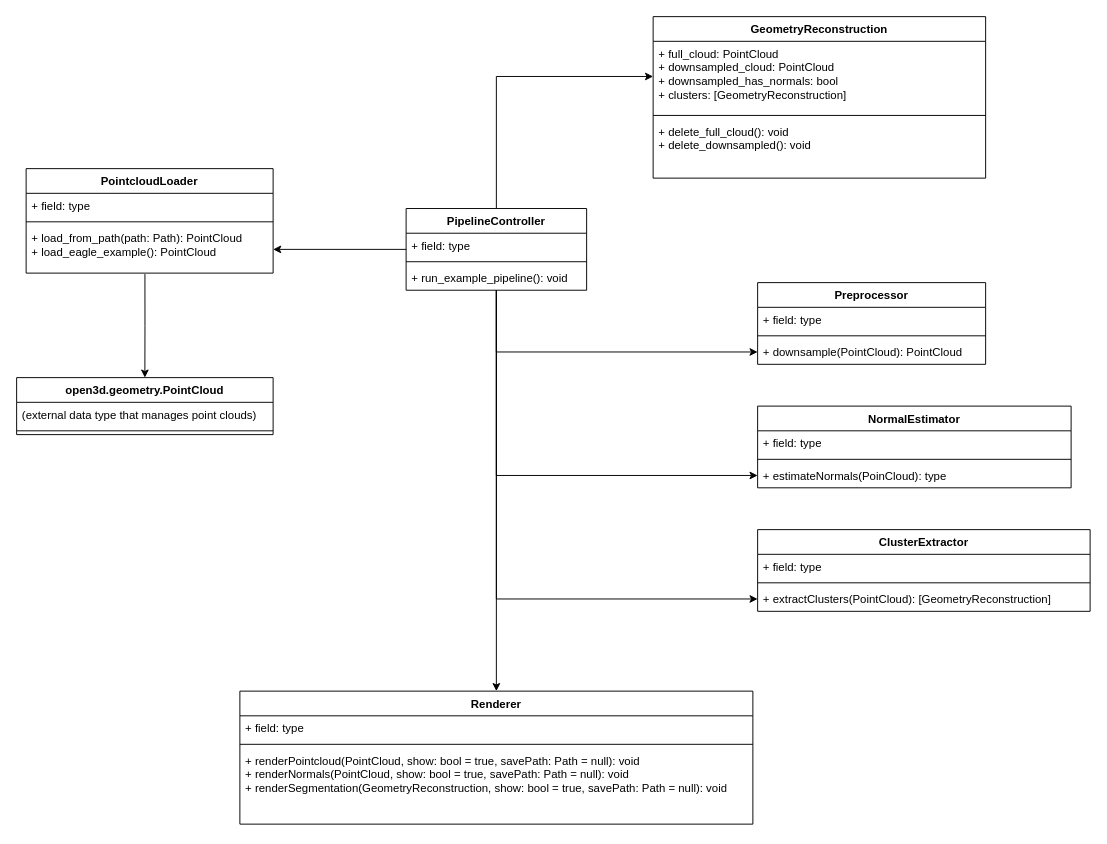
Earlier version of the draw.io diagram EagleProcessing.drawio (PatrickSowinski/Open3dRenderDemo). Source tidied: cells renumbered, new cells numbered last; positions are measured from the earlier drawing's top-left corner, leaving out a move shared by most shapes. Both pictures are drawn from the tidied source at 95%, with x=0, y=0 at pixel (16, 16).
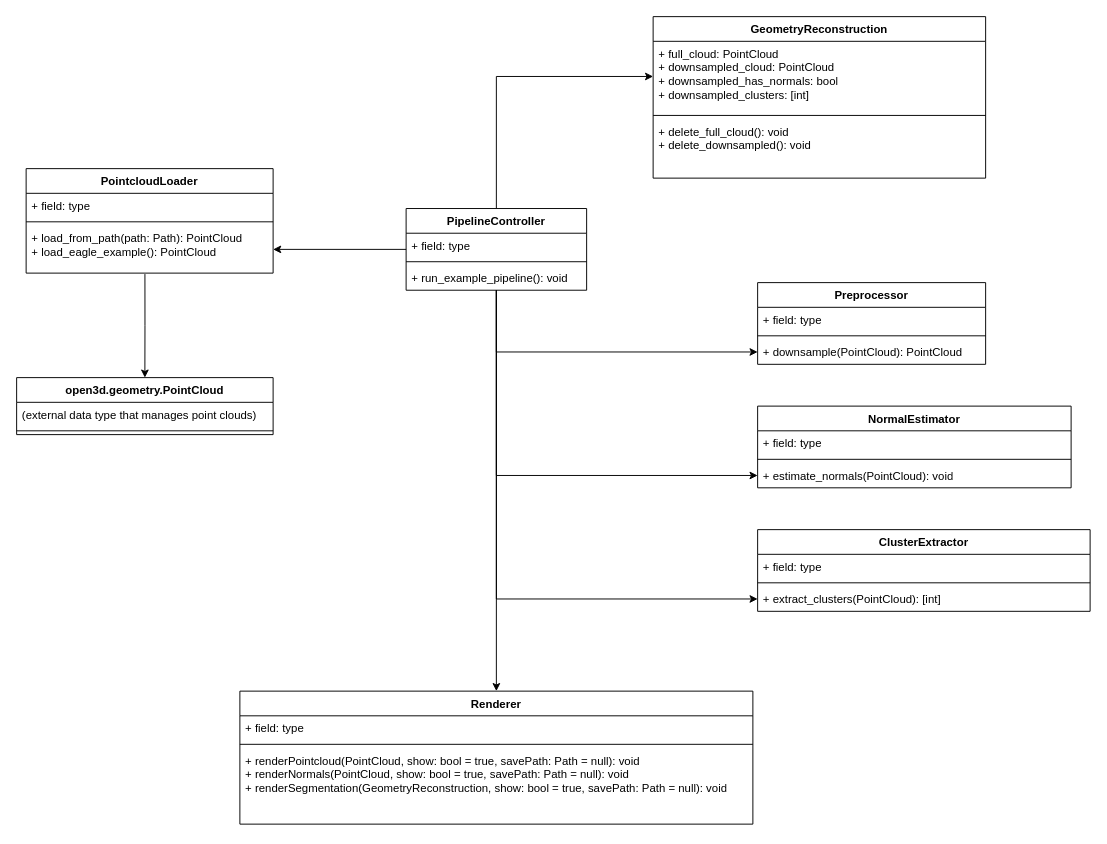
After the change.

Unchanged cells that the change refers to:
```xml
<mxCell id="11" value="NormalEstimator" style="swimlane;fontStyle=1;align=center;verticalAlign=top;horizontal=1;startSize=26;whiteSpace=wrap;html=1;" parent="1" vertex="1">
  <mxGeometry x="780" y="410" width="330" height="86" as="geometry" />
</mxCell>
<mxCell id="15" value="ClusterExtractor" style="swimlane;fontStyle=1;align=center;verticalAlign=top;horizontal=1;startSize=26;whiteSpace=wrap;html=1;" parent="1" vertex="1">
  <mxGeometry x="780" y="540" width="350" height="86" as="geometry" />
</mxCell>
<mxCell id="23" value="Geometry&lt;span style=&quot;background-color: transparent; color: light-dark(rgb(0, 0, 0), rgb(255, 255, 255));&quot;&gt;Reconstruction&lt;/span&gt;" style="swimlane;fontStyle=1;align=center;verticalAlign=top;horizontal=1;startSize=26;whiteSpace=wrap;html=1;" parent="1" vertex="1">
  <mxGeometry x="670" width="350" height="170" as="geometry" />
</mxCell>
```

Change to the diagram source:
```diff
@@
-    <mxCell id="14" value="+ estimateNormals(PoinCloud): type" style="text;strokeColor=none;fillColor=none;align=left;verticalAlign=top;spacingLeft=4;spacingRight=4;overflow=hidden;points=[[0,0.5],[1,0.5]];portConstraint=eastwest;whiteSpace=wrap;html=1;" parent="11" vertex="1">
+    <mxCell id="14" value="+ estimate_normals(PointCloud): void" style="text;strokeColor=none;fillColor=none;align=left;verticalAlign=top;spacingLeft=4;spacingRight=4;overflow=hidden;points=[[0,0.5],[1,0.5]];portConstraint=eastwest;whiteSpace=wrap;html=1;" parent="11" vertex="1">
       <mxGeometry y="60" width="330" height="26" as="geometry" />
     </mxCell>
@@
-    <mxCell id="18" value="+ extractClusters(PointCloud): [GeometryReconstruction]" style="text;strokeColor=none;fillColor=none;align=left;verticalAlign=top;spacingLeft=4;spacingRight=4;overflow=hidden;points=[[0,0.5],[1,0.5]];portConstraint=eastwest;whiteSpace=wrap;html=1;" parent="15" vertex="1">
+    <mxCell id="18" value="+ extract_clusters(PointCloud): [int]" style="text;strokeColor=none;fillColor=none;align=left;verticalAlign=top;spacingLeft=4;spacingRight=4;overflow=hidden;points=[[0,0.5],[1,0.5]];portConstraint=eastwest;whiteSpace=wrap;html=1;" parent="15" vertex="1">
       <mxGeometry y="60" width="350" height="26" as="geometry" />
     </mxCell>
@@
-    <mxCell id="24" value="+ full_cloud: PointCloud&lt;div&gt;+ downsampled_cloud: PointCloud&lt;/div&gt;&lt;div&gt;+ downsampled_has_normals: bool&lt;/div&gt;&lt;div&gt;+ clusters: [GeometryReconstruction]&lt;/div&gt;" style="text;strokeColor=none;fillColor=none;align=left;verticalAlign=top;spacingLeft=4;spacingRight=4;overflow=hidden;points=[[0,0.5],[1,0.5]];portConstraint=eastwest;whiteSpace=wrap;html=1;" parent="23" vertex="1">
+    <mxCell id="24" value="+ full_cloud: PointCloud&lt;div&gt;+ downsampled_cloud: PointCloud&lt;/div&gt;&lt;div&gt;+ downsampled_has_normals: bool&lt;/div&gt;&lt;div&gt;+ downsampled_clusters: [int]&lt;/div&gt;" style="text;strokeColor=none;fillColor=none;align=left;verticalAlign=top;spacingLeft=4;spacingRight=4;overflow=hidden;points=[[0,0.5],[1,0.5]];portConstraint=eastwest;whiteSpace=wrap;html=1;" parent="23" vertex="1">
       <mxGeometry y="26" width="350" height="74" as="geometry" />
     </mxCell>
```
